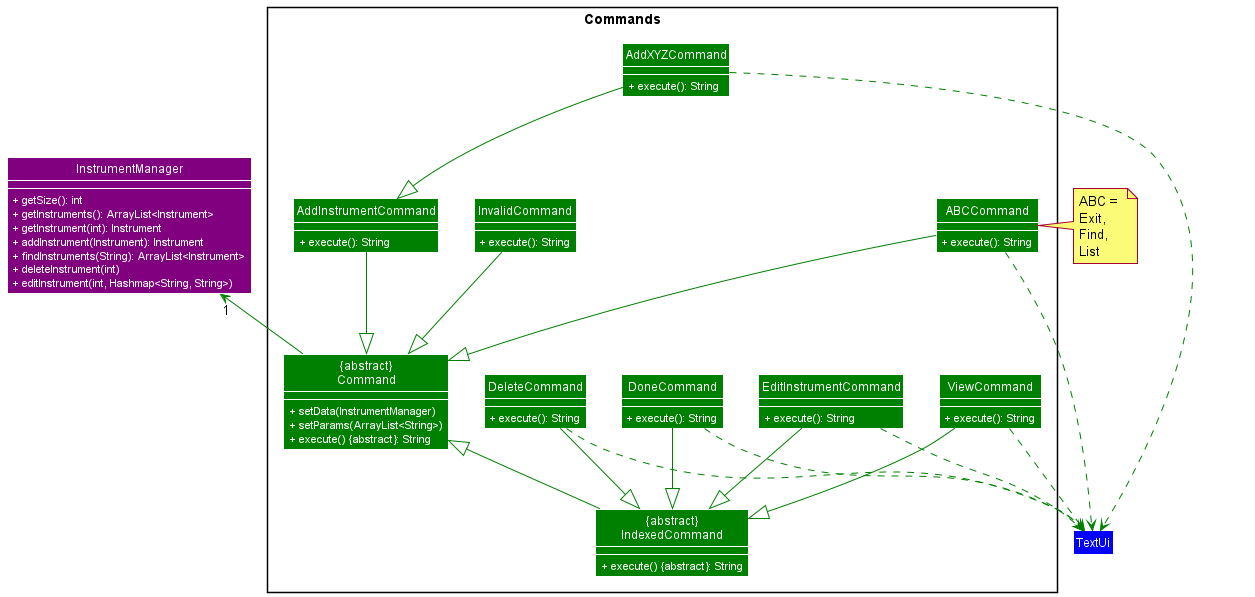
Above: docs/images/CommandsDiagram.png in williamlamjy/mTracker (PlantUML), before the change.
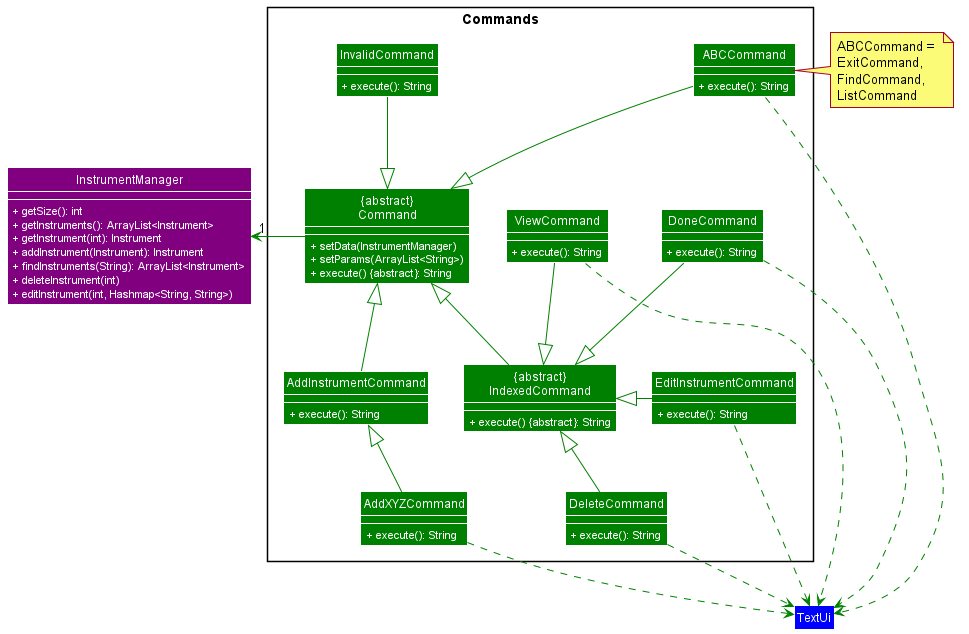
After the commit.

Commit message:
Rearrange command diagram

The edit, as a diff of the source:
```diff
@@ -64,20 +64,20 @@
 show AddXYZCommand members
 
 InvalidCommand -[COLOR_COMMANDS]-|>Command
-Command -up[COLOR_COMMANDS]->"1" InstrumentManager
+Command -left[COLOR_COMMANDS]->"1" InstrumentManager
 
-note right of ABCCommand: ABC = \nExit, \nFind, \nList
+note right of ABCCommand: ABCCommand = \nExitCommand, \nFindCommand, \nListCommand
 
 ABCCommand -[COLOR_COMMANDS]-|>Command
-AddInstrumentCommand -[COLOR_COMMANDS]-|>Command
+AddInstrumentCommand -up[COLOR_COMMANDS]-|>Command
 IndexedCommand -up[COLOR_COMMANDS]-|>Command
 
-AddXYZCommand -[COLOR_COMMANDS]-|>AddInstrumentCommand
+AddXYZCommand -up[COLOR_COMMANDS]-|>AddInstrumentCommand
 
-EditInstrumentCommand -[COLOR_COMMANDS]-|>IndexedCommand
+EditInstrumentCommand -left[COLOR_COMMANDS]-|>IndexedCommand
 ViewCommand -[COLOR_COMMANDS]-|>IndexedCommand
-DoneCommand -[COLOR_COMMANDS]-|>IndexedCommand
-DeleteCommand -[COLOR_COMMANDS]-|>IndexedCommand
+DoneCommand -down[COLOR_COMMANDS]-|>IndexedCommand
+DeleteCommand -up[COLOR_COMMANDS]-|>IndexedCommand
 
 AddXYZCommand -[COLOR_COMMANDS].>TextUi
 ABCCommand -[COLOR_COMMANDS].>TextUi
```
